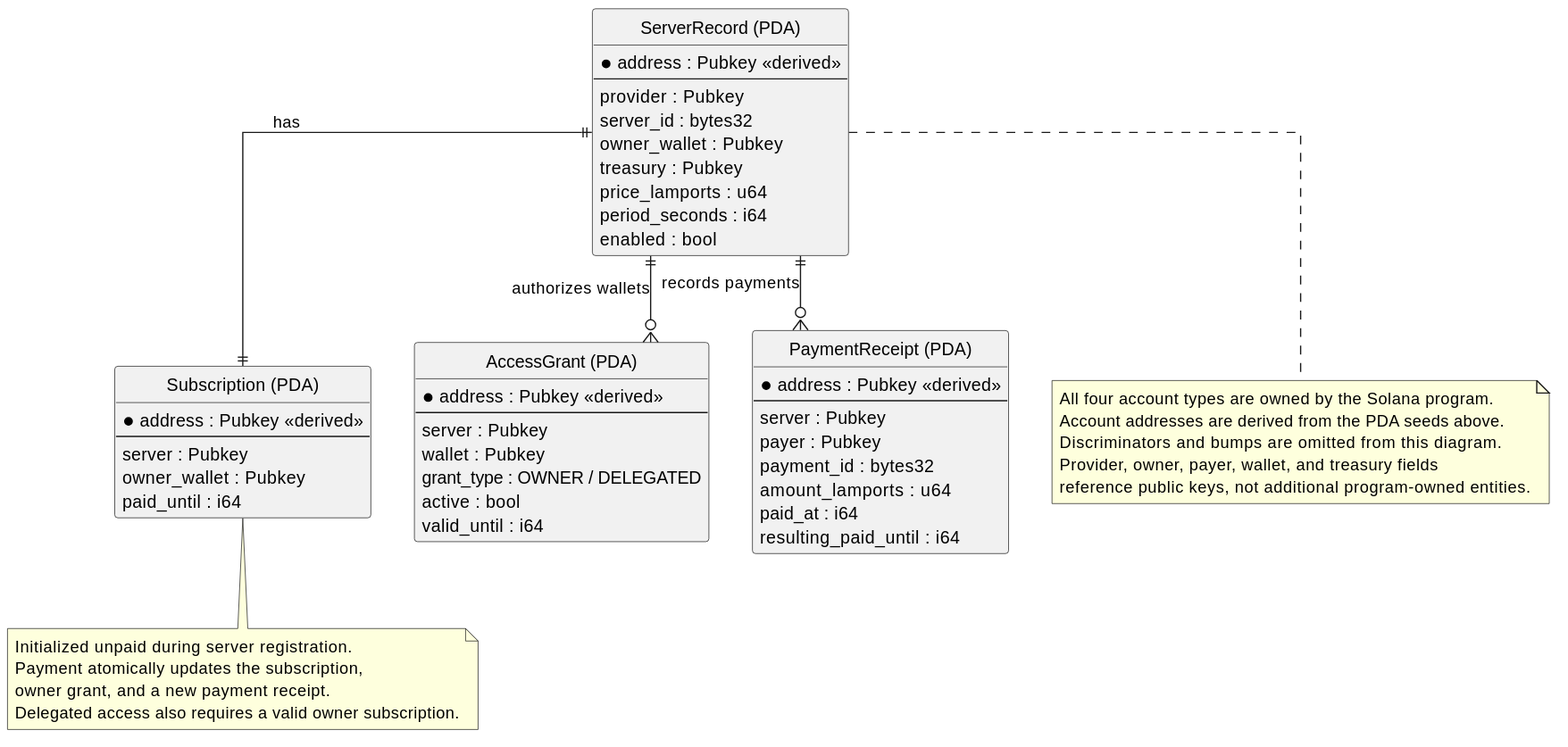
Before: docs/diagrams/on-chain-entities.svg, a diagram exported from PlantUML (Tarat0r/solana-vps-platform). Source of this version:
```plantuml
@startuml
hide circle
skinparam linetype ortho

entity "ServerRecord (PDA)" as ServerRecord {
  * address : Pubkey <<derived>>
  --
  provider : Pubkey
  server_id : bytes32
  owner_wallet : Pubkey
  treasury : Pubkey
  price_lamports : u64
  period_seconds : i64
  enabled : bool
}

entity "Subscription (PDA)" as Subscription {
  * address : Pubkey <<derived>>
  --
  server : Pubkey
  owner_wallet : Pubkey
  paid_until : i64
}

entity "AccessGrant (PDA)" as AccessGrant {
  * address : Pubkey <<derived>>
  --
  server : Pubkey
  wallet : Pubkey
  grant_type : OWNER / DELEGATED
  active : bool
  valid_until : i64
}

entity "PaymentReceipt (PDA)" as PaymentReceipt {
  * address : Pubkey <<derived>>
  --
  server : Pubkey
  payer : Pubkey
  payment_id : bytes32
  amount_lamports : u64
  paid_at : i64
  resulting_paid_until : i64
}

ServerRecord ||--|| Subscription : has
ServerRecord ||--o{ AccessGrant : authorizes wallets
ServerRecord ||--o{ PaymentReceipt : records payments

note bottom of ServerRecord
  All four account types are owned by the Solana program.
  Account addresses are derived from the PDA seeds above.
  Discriminators and bumps are omitted from this diagram.
  Provider, owner, payer, wallet, and treasury fields
  reference public keys, not additional program-owned entities.
end note

note bottom of Subscription
  Initialized unpaid during server registration.
  Payment atomically updates the subscription,
  owner grant, and a new payment receipt.
  Delegated access also requires a valid owner subscription.
end note
@enduml
```
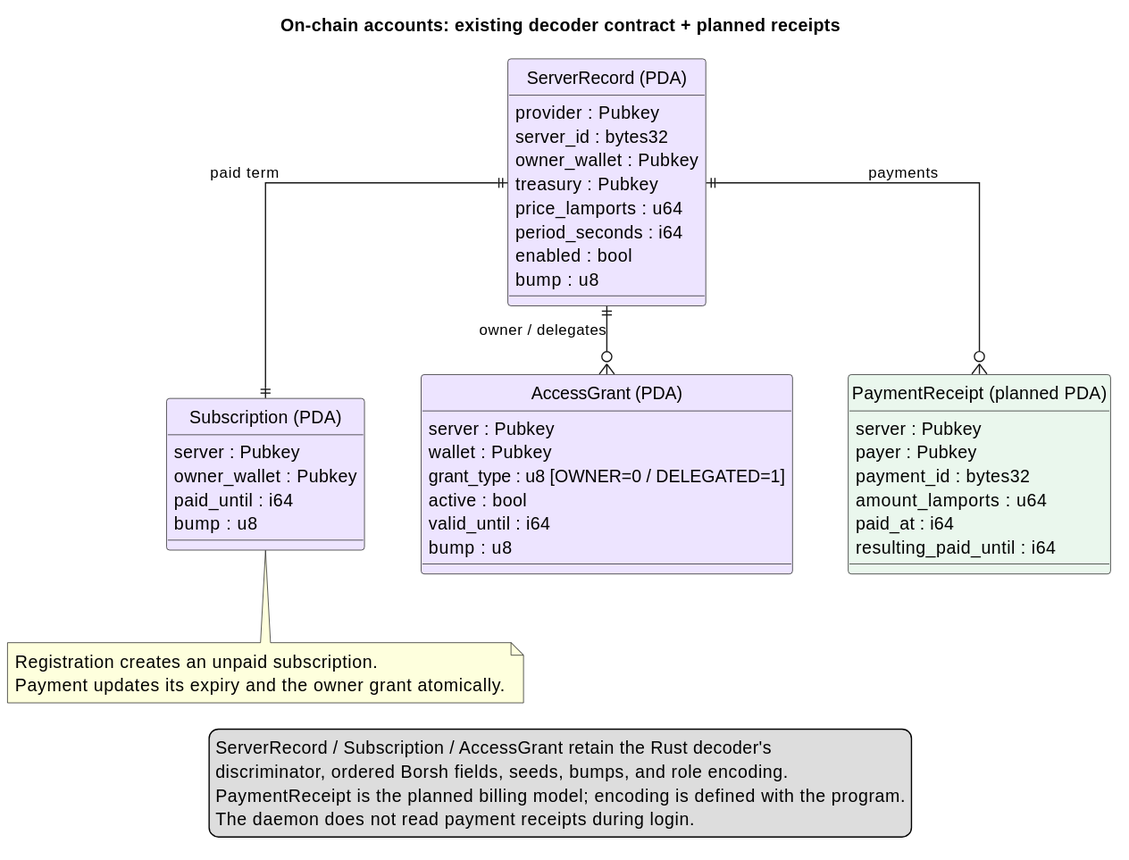
After the commit.

The edit, as a diff of the source:
```diff
@@ -1,10 +1,15 @@
 @startuml
+skinparam defaultFontName SansSerif
+skinparam defaultFontSize 14
+skinparam ArrowFontSize 12
+skinparam shadowing false
+skinparam nodesep 45
+skinparam ranksep 55
+title On-chain accounts: existing decoder contract + planned receipts
 hide circle
 skinparam linetype ortho
 
-entity "ServerRecord (PDA)" as ServerRecord {
-  * address : Pubkey <<derived>>
-  --
+entity "ServerRecord (PDA)" as ServerRecord #EDE4FF {
   provider : Pubkey
   server_id : bytes32
   owner_wallet : Pubkey
@@ -12,29 +17,23 @@
   price_lamports : u64
   period_seconds : i64
   enabled : bool
+  bump : u8
 }
-
-entity "Subscription (PDA)" as Subscription {
-  * address : Pubkey <<derived>>
-  --
+entity "Subscription (PDA)" as Subscription #EDE4FF {
   server : Pubkey
   owner_wallet : Pubkey
   paid_until : i64
+  bump : u8
 }
-
-entity "AccessGrant (PDA)" as AccessGrant {
-  * address : Pubkey <<derived>>
-  --
+entity "AccessGrant (PDA)" as AccessGrant #EDE4FF {
   server : Pubkey
   wallet : Pubkey
-  grant_type : OWNER / DELEGATED
+  grant_type : u8 [OWNER=0 / DELEGATED=1]
   active : bool
   valid_until : i64
+  bump : u8
 }
-
-entity "PaymentReceipt (PDA)" as PaymentReceipt {
-  * address : Pubkey <<derived>>
-  --
+entity "PaymentReceipt (planned PDA)" as PaymentReceipt #EAF7ED {
   server : Pubkey
   payer : Pubkey
   payment_id : bytes32
@@ -43,22 +42,18 @@
   resulting_paid_until : i64
 }
 
-ServerRecord ||--|| Subscription : has
-ServerRecord ||--o{ AccessGrant : authorizes wallets
-ServerRecord ||--o{ PaymentReceipt : records payments
-
-note bottom of ServerRecord
-  All four account types are owned by the Solana program.
-  Account addresses are derived from the PDA seeds above.
-  Discriminators and bumps are omitted from this diagram.
-  Provider, owner, payer, wallet, and treasury fields
-  reference public keys, not additional program-owned entities.
-end note
+ServerRecord ||--|| Subscription : paid term
+ServerRecord ||--o{ AccessGrant : owner / delegates
+ServerRecord ||--o{ PaymentReceipt : payments
 
 note bottom of Subscription
-  Initialized unpaid during server registration.
-  Payment atomically updates the subscription,
-  owner grant, and a new payment receipt.
-  Delegated access also requires a valid owner subscription.
+  Registration creates an unpaid subscription.
+  Payment updates its expiry and the owner grant atomically.
 end note
+legend bottom
+  ServerRecord / Subscription / AccessGrant retain the Rust decoder's
+  discriminator, ordered Borsh fields, seeds, bumps, and role encoding.
+  PaymentReceipt is the planned billing model; encoding is defined with the program.
+  The daemon does not read payment receipts during login.
+endlegend
 @enduml
```
